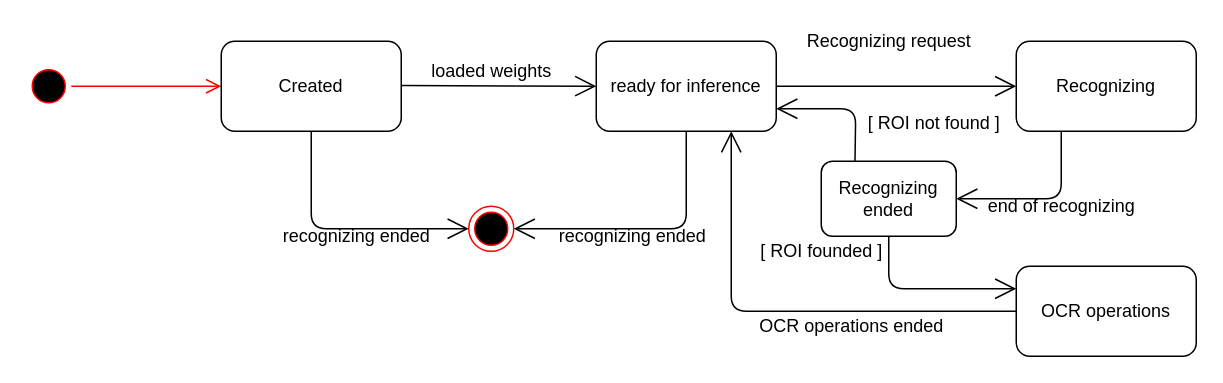
Earlier version of the draw.io diagram report/uml_state.drawio (Andrew-Wyn/ing_SW_DIL). Source tidied: cells renumbered, new cells numbered last; positions are measured from the earlier drawing's top-left corner, leaving out a move shared by most shapes. Both pictures are drawn from the tidied source at 150%, with x=0, y=0 at pixel (26, 26).
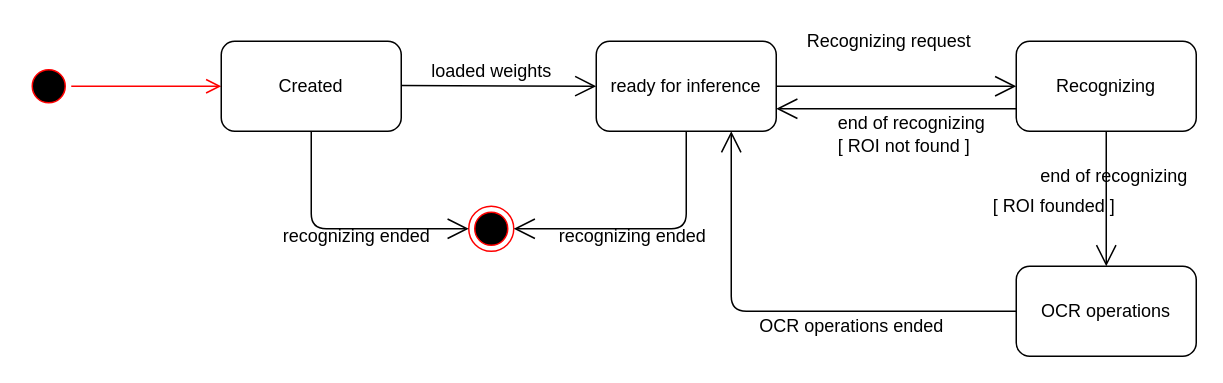
Above is the later version.

Commit message (it also covers changes not shown here):
modified activity and state diagrams, and adjusted their descriptions

Unchanged cells that the change refers to:
```xml
<mxCell id="5" value="ready for inference" style="rounded=1;whiteSpace=wrap;html=1;" parent="1" vertex="1">
  <mxGeometry x="380" y="10" width="120" height="60" as="geometry" />
</mxCell>
<mxCell id="13" value="Recognizing" style="rounded=1;whiteSpace=wrap;html=1;" parent="1" vertex="1">
  <mxGeometry x="660" y="10" width="120" height="60" as="geometry" />
</mxCell>
<mxCell id="16" value="OCR operations" style="rounded=1;whiteSpace=wrap;html=1;" parent="1" vertex="1">
  <mxGeometry x="660" y="160" width="120" height="60" as="geometry" />
</mxCell>
```

The edit, as a diff of the source:
```diff
@@
     <mxCell id="17" value="[ ROI founded ]" style="text;html=1;align=center;verticalAlign=middle;" parent="1" vertex="1">
-      <mxGeometry x="480" y="140" width="100" height="20" as="geometry" />
+      <mxGeometry x="635" y="110" width="100" height="20" as="geometry" />
     </mxCell>
-    <mxCell id="18" style="endArrow=open;endFill=1;endSize=12;html=1;exitX=0.5;exitY=1;exitDx=0;exitDy=0;entryX=0;entryY=0.25;entryDx=0;entryDy=0;" parent="1" edge="1" source="22" target="16">
-      <mxGeometry relative="1" as="geometry">
-        <Array as="points">
-          <mxPoint x="575" y="175" />
-        </Array>
-      </mxGeometry>
-    </mxCell>
     <mxCell id="19" value="[ ROI not found ]" style="text;html=1;align=center;verticalAlign=middle;" parent="1" vertex="1">
-      <mxGeometry x="555" y="55" width="100" height="20" as="geometry" />
+      <mxGeometry x="535" y="70" width="100" height="20" as="geometry" />
     </mxCell>
@@
-    <mxCell id="22" value="Recognizing ended" style="rounded=1;whiteSpace=wrap;html=1;" parent="1" vertex="1">
-      <mxGeometry x="530" y="90" width="90" height="50" as="geometry" />
-    </mxCell>
-    <mxCell id="23" style="endArrow=open;endFill=1;endSize=12;html=1;exitX=0.25;exitY=1;exitDx=0;exitDy=0;entryX=1;entryY=0.5;entryDx=0;entryDy=0;" parent="1" edge="1" source="13" target="22">
-      <mxGeometry relative="1" as="geometry">
-        <Array as="points">
-          <mxPoint x="690" y="115" />
-        </Array>
-      </mxGeometry>
-    </mxCell>
-    <mxCell id="24" style="endArrow=open;endFill=1;endSize=12;html=1;exitX=0.25;exitY=0;exitDx=0;exitDy=0;entryX=1;entryY=0.75;entryDx=0;entryDy=0;" parent="1" edge="1" source="22" target="5">
-      <mxGeometry relative="1" as="geometry">
-        <Array as="points">
-          <mxPoint x="553" y="55" />
-        </Array>
-      </mxGeometry>
-    </mxCell>
     <mxCell id="25" value="end of recognizing" style="text;html=1;align=center;verticalAlign=middle;" parent="1" vertex="1">
-      <mxGeometry x="635" y="110" width="110" height="20" as="geometry" />
+      <mxGeometry x="670" y="90" width="110" height="20" as="geometry" />
     </mxCell>
+    <mxCell id="26" style="endArrow=open;endFill=1;endSize=12;html=1;entryX=0.5;entryY=0;entryDx=0;entryDy=0;exitX=0.5;exitY=1;exitDx=0;exitDy=0;" parent="1" edge="1" source="13" target="16">
+      <mxGeometry relative="1" as="geometry" />
+    </mxCell>
+    <mxCell id="27" style="endArrow=open;endFill=1;endSize=12;html=1;entryX=1;entryY=0.75;entryDx=0;entryDy=0;exitX=0;exitY=0.75;exitDx=0;exitDy=0;" parent="1" edge="1" source="13" target="5">
+      <mxGeometry relative="1" as="geometry" />
+    </mxCell>
+    <mxCell id="28" value="end of recognizing" style="text;html=1;align=center;verticalAlign=middle;" parent="1" vertex="1">
+      <mxGeometry x="535" y="55" width="110" height="20" as="geometry" />
+    </mxCell>
```
